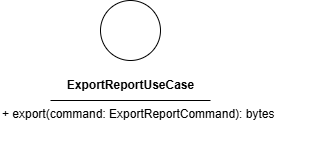
Earlier version of the draw.io export src/PB/DocumentazioneEsterna/Specifica_Tecnica/content/05-diagrammi-classi/uml/png/Export/ExportReportUseCase.png (GroupRubberDuck/Documentazione). Source tidied: cells renumbered, new cells last; positions are measured from the earlier drawing's top-left corner, leaving out a move shared by most shapes.
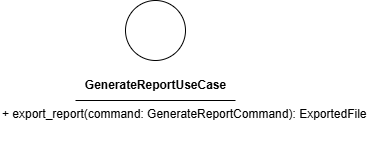
Later version of the same file.

Change to the diagram source:
```diff
@@ -5,8 +5,8 @@
     <mxCell id="2" style="ellipse;whiteSpace=wrap;html=1;" parent="1" vertex="1">
       <mxGeometry x="100" width="60" height="60" as="geometry" />
     </mxCell>
-    <mxCell id="3" value="&lt;b&gt;ExportReportUseCase&lt;/b&gt;" style="text;html=1;align=center;verticalAlign=middle;strokeColor=none;fillColor=none;" parent="1" vertex="1">
-      <mxGeometry x="55" y="70" width="150" height="30" as="geometry" />
+    <mxCell id="3" value="&lt;b&gt;GenerateReportUseCase&lt;/b&gt;" style="text;html=1;align=center;verticalAlign=middle;strokeColor=none;fillColor=none;" parent="1" vertex="1">
+      <mxGeometry x="50" y="70" width="160" height="30" as="geometry" />
     </mxCell>
     <mxCell id="4" style="endArrow=none;html=1;" parent="1" edge="1">
       <mxGeometry relative="1" as="geometry">
@@ -17,8 +17,8 @@
         </Array>
       </mxGeometry>
     </mxCell>
-    <mxCell id="5" value="+ export(command: ExportReportCommand): bytes" style="text;whiteSpace=wrap;html=1;" parent="1" vertex="1">
-      <mxGeometry y="100" width="310" height="40" as="geometry" />
+    <mxCell id="5" value="+ export_report(command: GenerateReportCommand): ExportedFile" style="text;whiteSpace=wrap;html=1;" parent="1" vertex="1">
+      <mxGeometry x="-25" y="100" width="370" height="40" as="geometry" />
     </mxCell>
   </root>
 </mxGraphModel>
```
